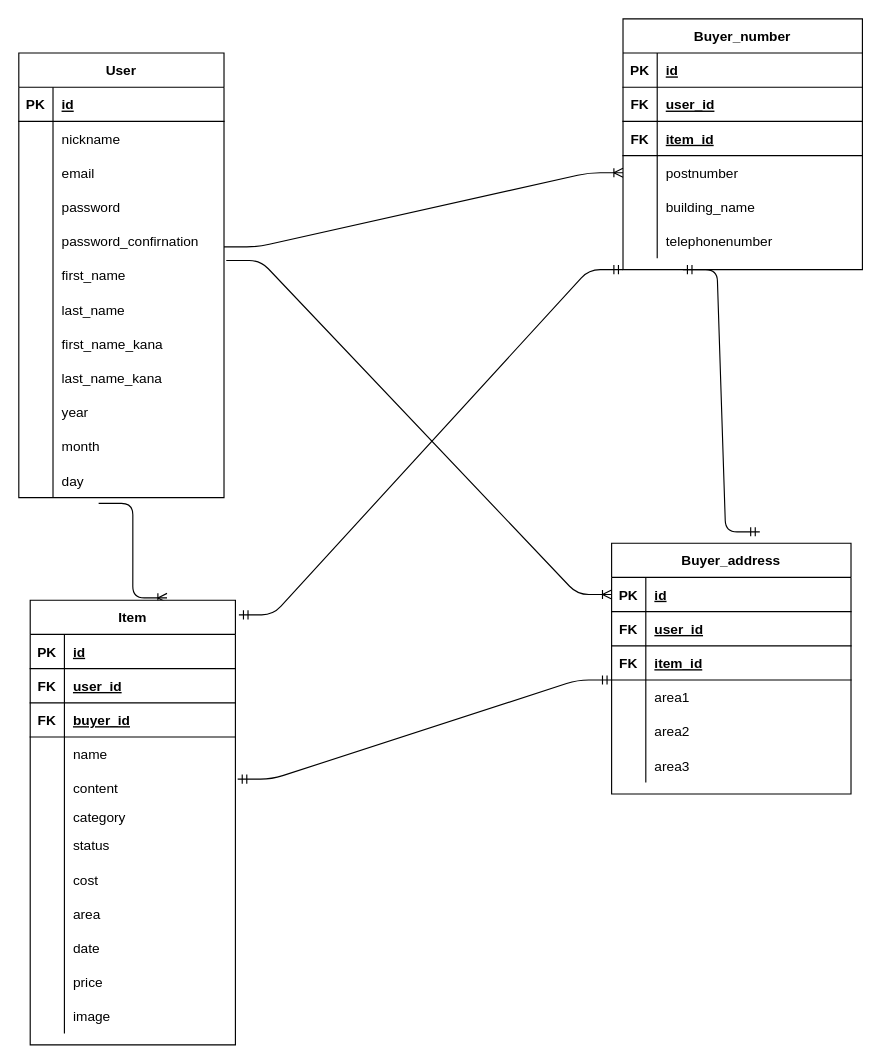
jus37/furima-31744 keeps this draw.io diagram as db/ER.drawio. Above is the earlier version. Source tidied: cells renumbered, new cells numbered last; positions are measured from the earlier drawing's top-left corner, leaving out a move shared by most shapes. Both pictures are drawn from the tidied source at 114%, with x=0, y=0 at pixel (18, 18).
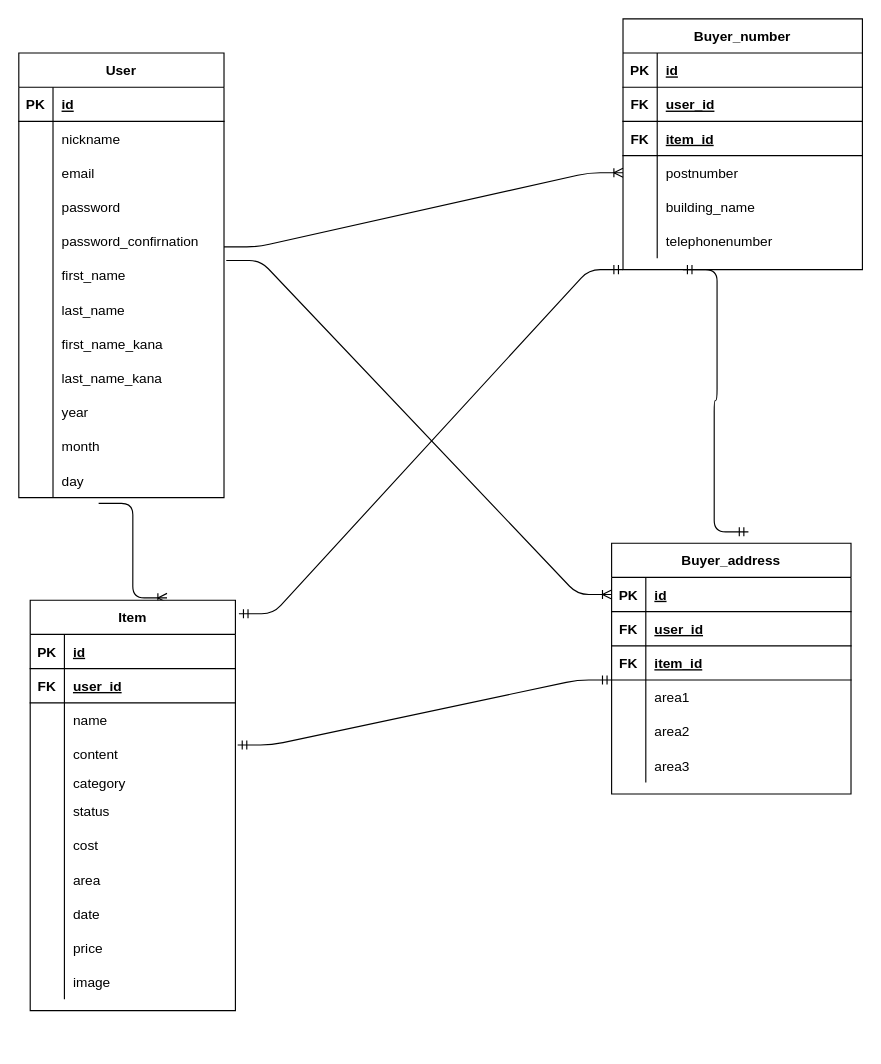
The same page after the edit.

Unchanged cells that the change refers to:
```xml
<mxCell id="42" value="Buyer_number" style="shape=table;startSize=30;childLayout=tableLayout;rowLines=0;fontStyle=1;align=center;" parent="1" vertex="1">
  <mxGeometry x="530" width="210" height="220" as="geometry" />
</mxCell>
```

Diff of the diagram source:
```diff
@@
     <mxCell id="61" value="Item" style="shape=table;startSize=30;childLayout=tableLayout;rowLines=0;fontStyle=1;align=center;" parent="1" vertex="1">
-      <mxGeometry x="10" y="510" width="180" height="390" as="geometry" />
+      <mxGeometry x="10" y="510" width="180" height="360" as="geometry" />
     </mxCell>
@@
-    <mxCell id="68" style="shape=partialRectangle;fillColor=none;top=0;left=0;bottom=1;right=0;" parent="61" vertex="1">
-      <mxGeometry y="90" width="180" height="30" as="geometry" />
-    </mxCell>
-    <mxCell id="69" value="FK" style="shape=partialRectangle;fillColor=none;top=0;left=0;bottom=0;right=0;fontStyle=1;overflow=hidden;" parent="68" vertex="1">
-      <mxGeometry width="30" height="30" as="geometry" />
-    </mxCell>
-    <mxCell id="70" value="buyer_id" style="shape=partialRectangle;fillColor=none;top=0;left=0;bottom=0;right=0;align=left;spacingLeft=6;fontStyle=5;overflow=hidden;" parent="68" vertex="1">
-      <mxGeometry x="30" width="150" height="30" as="geometry" />
-    </mxCell>
     <mxCell id="71" style="shape=partialRectangle;fillColor=none;top=0;left=0;bottom=0;right=0;" parent="61" vertex="1">
-      <mxGeometry y="120" width="180" height="30" as="geometry" />
+      <mxGeometry y="90" width="180" height="30" as="geometry" />
     </mxCell>
@@
     <mxCell id="74" style="shape=partialRectangle;fillColor=none;top=0;left=0;bottom=0;right=0;points=[[0,0.5],[1,0.5]];portConstraint=eastwest;" parent="61" vertex="1">
-      <mxGeometry y="150" width="180" height="30" as="geometry" />
+      <mxGeometry y="120" width="180" height="30" as="geometry" />
     </mxCell>
@@
     <mxCell id="77" style="shape=partialRectangle;fillColor=none;top=0;left=0;bottom=0;right=0;" parent="61" vertex="1">
-      <mxGeometry y="180" width="180" height="20" as="geometry" />
+      <mxGeometry y="150" width="180" height="20" as="geometry" />
     </mxCell>
@@
     <mxCell id="80" style="shape=partialRectangle;fillColor=none;top=0;left=0;bottom=0;right=0;" parent="61" vertex="1">
-      <mxGeometry y="200" width="180" height="30" as="geometry" />
+      <mxGeometry y="170" width="180" height="30" as="geometry" />
     </mxCell>
@@
     <mxCell id="83" style="shape=partialRectangle;fillColor=none;top=0;left=0;bottom=0;right=0;" parent="61" vertex="1">
-      <mxGeometry y="230" width="180" height="30" as="geometry" />
+      <mxGeometry y="200" width="180" height="30" as="geometry" />
     </mxCell>
@@
     <mxCell id="86" style="shape=partialRectangle;fillColor=none;top=0;left=0;bottom=0;right=0;" parent="61" vertex="1">
-      <mxGeometry y="260" width="180" height="30" as="geometry" />
+      <mxGeometry y="230" width="180" height="30" as="geometry" />
     </mxCell>
@@
     <mxCell id="89" style="shape=partialRectangle;fillColor=none;top=0;left=0;bottom=0;right=0;" parent="61" vertex="1">
-      <mxGeometry y="290" width="180" height="30" as="geometry" />
+      <mxGeometry y="260" width="180" height="30" as="geometry" />
     </mxCell>
@@
     <mxCell id="92" style="shape=partialRectangle;fillColor=none;top=0;left=0;bottom=0;right=0;" parent="61" vertex="1">
-      <mxGeometry y="320" width="180" height="30" as="geometry" />
+      <mxGeometry y="290" width="180" height="30" as="geometry" />
     </mxCell>
@@
     <mxCell id="95" style="shape=partialRectangle;fillColor=none;top=0;left=0;bottom=0;right=0;" parent="61" vertex="1">
-      <mxGeometry y="350" width="180" height="30" as="geometry" />
+      <mxGeometry y="320" width="180" height="30" as="geometry" />
     </mxCell>
@@
     <mxCell id="119" style="edgeStyle=entityRelationEdgeStyle;fontSize=12;html=1;endArrow=ERmandOne;startArrow=ERmandOne;exitX=0.25;exitY=1;exitDx=0;exitDy=0;" parent="1" edge="1" source="42">
       <mxGeometry relative="1" as="geometry">
-        <mxPoint x="650" y="450" as="targetPoint" />
+        <mxPoint x="640" y="450" as="targetPoint" />
       </mxGeometry>
     </mxCell>
```
